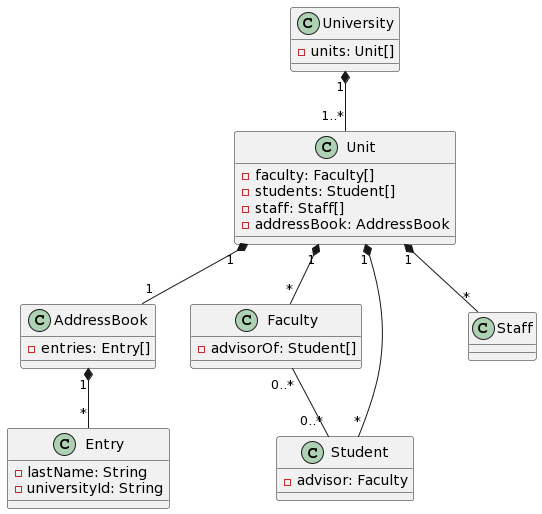
wannaflyhigh/Object-Oriented-Programming keeps this PlantUML diagram as hw2/1c.png. Above is the earlier version. Source of this version:
```plantuml
@startuml
class University {
    - units: Unit[]
}

class Unit {
    - faculty: Faculty[]
    - students: Student[]
    - staff: Staff[]
    - addressBook: AddressBook
}

class AddressBook {
    - entries: Entry[]
}

class Entry {
    - lastName: String
    - universityId: String
}

class Faculty {
    - advisorOf: Student[]
}

class Student {
    - advisor: Faculty
}

class Staff {
}

University "1" *-- "1..*" Unit
Unit "1" *-- "*" Faculty
Unit "1" *-- "*" Student
Unit "1" *-- "*" Staff
Unit "1" *-- "1" AddressBook
AddressBook "1" *-- "*" Entry
Faculty "0..*" -- "0..*" Student
@enduml
```
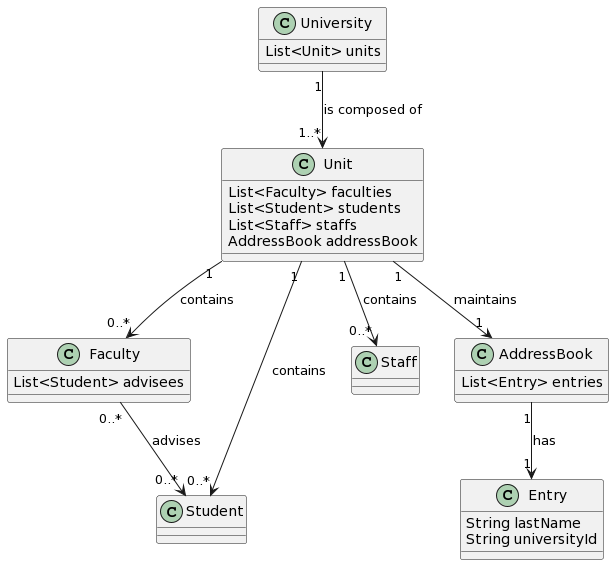
The same diagram one commit later.

What changed in the source:
```diff
@@ -1,40 +1,37 @@
 @startuml
 class University {
-    - units: Unit[]
+    List<Unit> units
 }
 
 class Unit {
-    - faculty: Faculty[]
-    - students: Student[]
-    - staff: Staff[]
-    - addressBook: AddressBook
+    List<Faculty> faculties
+    List<Student> students
+    List<Staff> staffs
+    AddressBook addressBook
 }
 
+class Faculty {
+    List<Student> advisees
+}
+
+class Student
+
+class Staff
+
 class AddressBook {
-    - entries: Entry[]
+    List<Entry> entries
 }
 
 class Entry {
-    - lastName: String
-    - universityId: String
+    String lastName
+    String universityId
 }
 
-class Faculty {
-    - advisorOf: Student[]
-}
-
-class Student {
-    - advisor: Faculty
-}
-
-class Staff {
-}
-
-University "1" *-- "1..*" Unit
-Unit "1" *-- "*" Faculty
-Unit "1" *-- "*" Student
-Unit "1" *-- "*" Staff
-Unit "1" *-- "1" AddressBook
-AddressBook "1" *-- "*" Entry
-Faculty "0..*" -- "0..*" Student
+University "1" --> "1..*" Unit : is composed of
+Unit "1" --> "0..*" Faculty : contains
+Unit "1" --> "0..*" Student : contains
+Unit "1" --> "0..*" Staff : contains
+Unit "1" --> "1" AddressBook : maintains
+AddressBook "1" --> "1" Entry : has
+Faculty "0..*" --> "0..*" Student : advises
 @enduml
```
